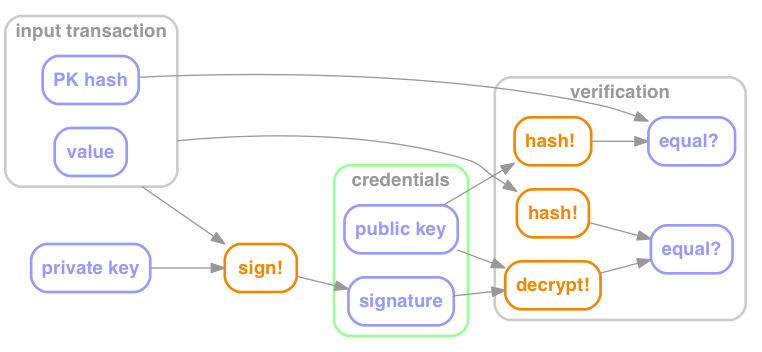
Above: img/verification.png in bluegraybox/BTCSplain (Graphviz), before the change. Its source is kept beside it as img/verification.gv.
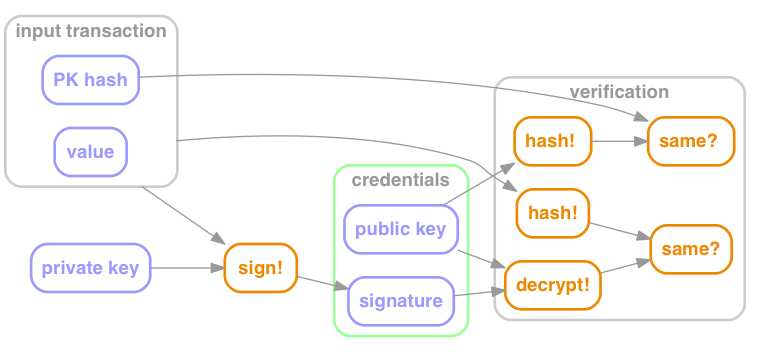
The same file after the commit.

Diff of the diagram source:
```diff
@@ -39,18 +39,20 @@
         "hash!"
         "hash! "
         "decrypt!"
-        "equal?"
-        "equal? "
+        "same?"
+        "same? "
     };
     "hash!" [color="#ee8800", fontcolor="#ee8800"]
     "decrypt!" [color="#ee8800", fontcolor="#ee8800"]
     "sign!" [color="#ee8800", fontcolor="#ee8800"]
     "hash! " [color="#ee8800", fontcolor="#ee8800"]
+    "same?" [color="#ee8800", fontcolor="#ee8800"]
+    "same? " [color="#ee8800", fontcolor="#ee8800"]
 
 
     # transaction -> "hash!"
     "value" -> "hash!" [ltail=cluster_inputs]
-    "hash!" -> "equal?"
+    "hash!" -> "same?"
 
     # transaction -> "sign!"
     "value" -> "sign!" [ltail=cluster_inputs]
@@ -58,9 +60,9 @@
     "sign!" -> signature
     signature -> "decrypt!"
     "public key" -> "decrypt!"
-    "decrypt!" -> "equal?"
+    "decrypt!" -> "same?"
 
     "public key" -> "hash! "
-    "hash! " -> "equal? "
-    "PK hash" -> "equal? "
+    "hash! " -> "same? "
+    "PK hash" -> "same? "
 }
```
